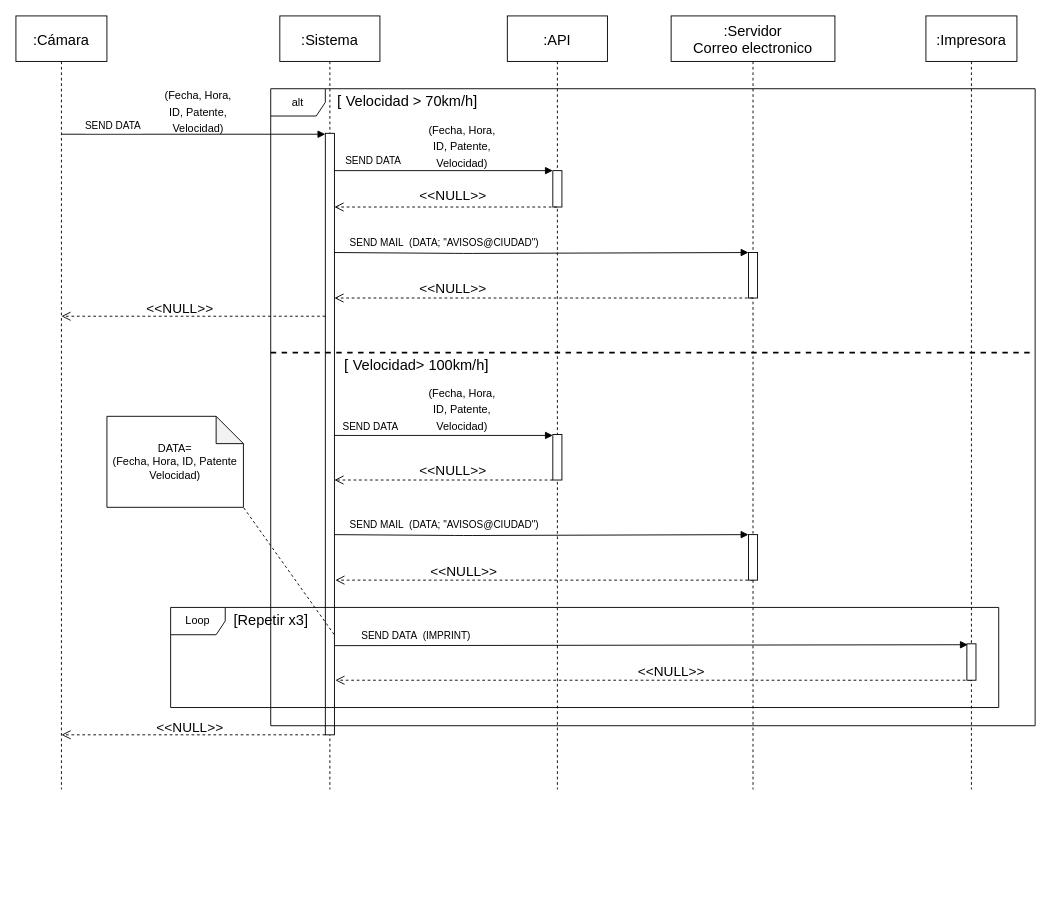
The draw.io diagram diagrama/DS Cámara Vial Matias Saguir.drawio in matiassaguir/izo-isw1-tpds, before the edit. Source tidied: cells renumbered, new cells numbered last; positions are measured from the earlier drawing's top-left corner, leaving out a move shared by most shapes. Both pictures are drawn from the tidied source at 91%, with x=0, y=0 at pixel (15, 15).
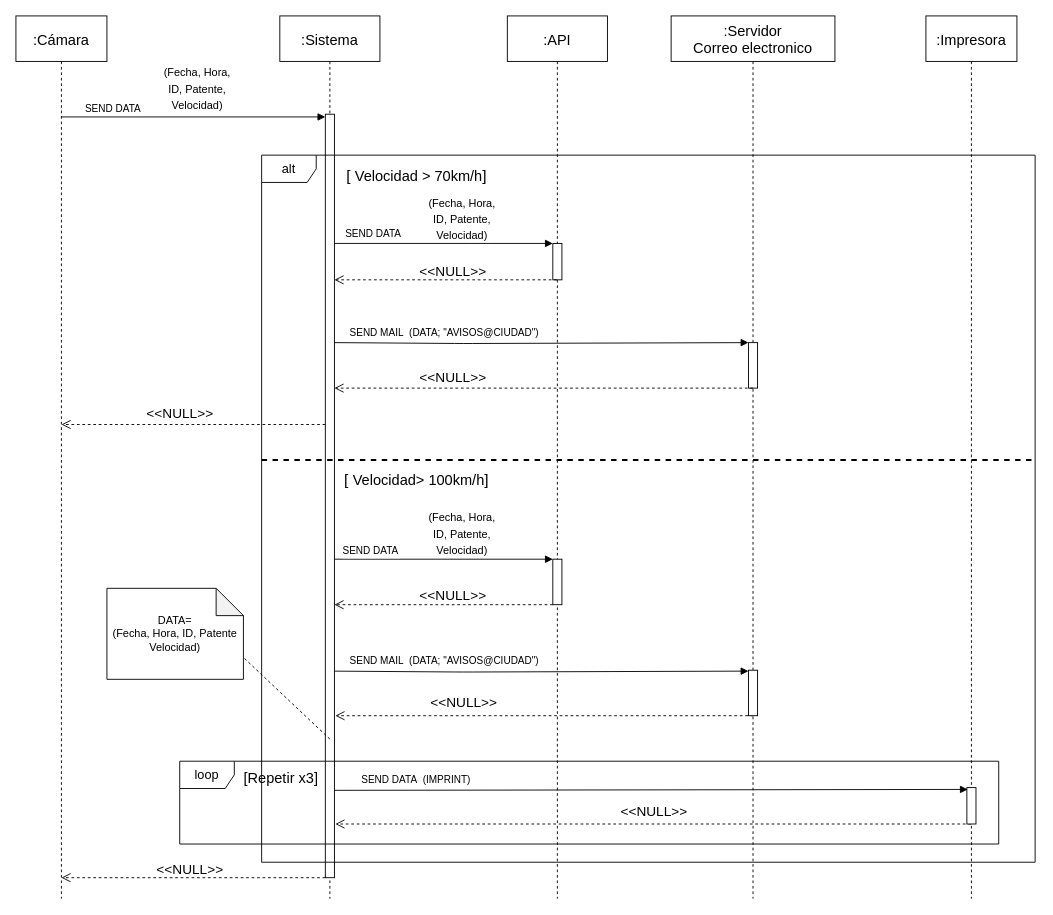
After the change.

Diff of the diagram source:
```diff
@@
     <mxCell id="2" value=":Cámara" style="shape=umlLifeline;perimeter=lifelinePerimeter;rounded=0;shadow=0;strokeWidth=1;fontSize=16;align=center;size=50;" parent="1" vertex="1">
-      <mxGeometry width="100" height="850" as="geometry" />
+      <mxGeometry width="100" height="970" as="geometry" />
     </mxCell>
     <mxCell id="3" value=":Sistema" style="shape=umlLifeline;perimeter=lifelinePerimeter;rounded=0;shadow=0;strokeWidth=1;fontSize=16;size=50;" parent="1" vertex="1">
-      <mxGeometry x="290" width="110" height="850" as="geometry" />
+      <mxGeometry x="290" width="110" height="970" as="geometry" />
     </mxCell>
     <mxCell id="4" style="perimeter=orthogonalPerimeter;rounded=0;shadow=0;strokeWidth=1;" parent="3" vertex="1">
-      <mxGeometry x="50" y="129" width="10" height="661" as="geometry" />
+      <mxGeometry x="50" y="108" width="10" height="839" as="geometry" />
     </mxCell>
     <mxCell id="5" value="return" style="html=1;verticalAlign=bottom;endArrow=open;dashed=1;endSize=8;rounded=0;fontSize=12;fontColor=none;noLabel=1;" parent="3" edge="1">
       <mxGeometry x="0.51" y="-20" relative="1" as="geometry">
-        <mxPoint x="759.5" y="730" as="sourcePoint" />
-        <mxPoint x="61" y="730" as="targetPoint" />
+        <mxPoint x="759.5" y="888" as="sourcePoint" />
+        <mxPoint x="61" y="888" as="targetPoint" />
       </mxGeometry>
     </mxCell>
     <mxCell id="6" value="SEND DATA" style="verticalAlign=bottom;endArrow=block;shadow=0;strokeWidth=1;" parent="1" edge="1">
       <mxGeometry x="-0.61" relative="1" as="geometry">
-        <mxPoint x="50" y="130" as="sourcePoint" />
-        <mxPoint x="340" y="130" as="targetPoint" />
+        <mxPoint x="50" y="111" as="sourcePoint" />
+        <mxPoint x="340" y="111" as="targetPoint" />
       </mxGeometry>
     </mxCell>
     <mxCell id="7" value=":API" style="shape=umlLifeline;perimeter=lifelinePerimeter;rounded=0;shadow=0;strokeWidth=1;fontSize=16;size=50;" parent="1" vertex="1">
-      <mxGeometry x="540" width="110" height="850" as="geometry" />
+      <mxGeometry x="540" width="110" height="970" as="geometry" />
     </mxCell>
     <mxCell id="8" style="perimeter=orthogonalPerimeter;rounded=0;shadow=0;strokeWidth=1;" parent="7" vertex="1">
-      <mxGeometry x="50" y="170" width="10" height="40" as="geometry" />
+      <mxGeometry x="50" y="250" width="10" height="40" as="geometry" />
     </mxCell>
     <mxCell id="9" value="return" style="html=1;verticalAlign=bottom;endArrow=open;dashed=1;endSize=8;rounded=0;fontSize=12;fontColor=none;noLabel=1;" parent="7" edge="1">
       <mxGeometry x="0.54" y="-10" relative="1" as="geometry">
-        <mxPoint x="54.5" y="210" as="sourcePoint" />
-        <mxPoint x="-190" y="210" as="targetPoint" />
+        <mxPoint x="54.5" y="290" as="sourcePoint" />
+        <mxPoint x="-190" y="290" as="targetPoint" />
       </mxGeometry>
     </mxCell>
     <mxCell id="10" value="SEND DATA" style="verticalAlign=bottom;endArrow=block;shadow=0;strokeWidth=1;" parent="7" edge="1">
       <mxGeometry x="-0.64" y="2" relative="1" as="geometry">
-        <mxPoint x="-190" y="170" as="sourcePoint" />
-        <mxPoint x="50" y="170" as="targetPoint" />
+        <mxPoint x="-190" y="250" as="sourcePoint" />
+        <mxPoint x="50" y="250" as="targetPoint" />
         <Array as="points">
-          <mxPoint x="-30" y="170" />
+          <mxPoint x="-30" y="250" />
         </Array>
       </mxGeometry>
     </mxCell>
     <mxCell id="11" value="SEND DATA" style="verticalAlign=bottom;endArrow=block;shadow=0;strokeWidth=1;" parent="7" edge="1">
       <mxGeometry x="-0.67" relative="1" as="geometry">
-        <mxPoint x="-190" y="461" as="sourcePoint" />
-        <mxPoint x="50" y="461" as="targetPoint" />
+        <mxPoint x="-190" y="597" as="sourcePoint" />
+        <mxPoint x="50" y="597" as="targetPoint" />
       </mxGeometry>
     </mxCell>
     <mxCell id="12" style="perimeter=orthogonalPerimeter;rounded=0;shadow=0;strokeWidth=1;" parent="7" vertex="1">
-      <mxGeometry x="50" y="460" width="10" height="50" as="geometry" />
+      <mxGeometry x="50" y="597" width="10" height="50" as="geometry" />
     </mxCell>
     <mxCell id="13" value="return" style="html=1;verticalAlign=bottom;endArrow=open;dashed=1;endSize=8;rounded=0;fontSize=12;fontColor=none;noLabel=1;" parent="7" edge="1">
       <mxGeometry x="0.51" y="-20" relative="1" as="geometry">
-        <mxPoint x="270.5" y="620" as="sourcePoint" />
-        <mxPoint x="-189" y="620" as="targetPoint" />
+        <mxPoint x="270.5" y="769" as="sourcePoint" />
+        <mxPoint x="-189" y="769" as="targetPoint" />
       </mxGeometry>
     </mxCell>
     <mxCell id="14" value=":Impresora" style="shape=umlLifeline;perimeter=lifelinePerimeter;rounded=0;shadow=0;strokeWidth=1;fontSize=16;size=50;" parent="1" vertex="1">
-      <mxGeometry x="1000" width="100" height="850" as="geometry" />
+      <mxGeometry x="1000" width="100" height="970" as="geometry" />
     </mxCell>
     <mxCell id="15" style="perimeter=orthogonalPerimeter;rounded=0;shadow=0;strokeWidth=1;" parent="14" vertex="1">
-      <mxGeometry x="45" y="690" width="10" height="40" as="geometry" />
+      <mxGeometry x="45" y="848" width="10" height="40" as="geometry" />
     </mxCell>
     <mxCell id="16" value=":Servidor&#10;Correo electronico" style="shape=umlLifeline;perimeter=lifelinePerimeter;rounded=0;shadow=0;strokeWidth=1;fontFamily=Helvetica;fontSize=16;size=50;" parent="1" vertex="1">
-      <mxGeometry x="720" width="180" height="850" as="geometry" />
+      <mxGeometry x="720" width="180" height="970" as="geometry" />
     </mxCell>
     <mxCell id="17" style="perimeter=orthogonalPerimeter;rounded=0;shadow=0;strokeWidth=1;" parent="16" vertex="1">
-      <mxGeometry x="85" y="260" width="10" height="50" as="geometry" />
+      <mxGeometry x="85" y="359" width="10" height="50" as="geometry" />
     </mxCell>
     <mxCell id="18" value="SEND MAIL  (DATA; &quot;AVISOS@CIUDAD&quot;)" style="verticalAlign=bottom;endArrow=block;shadow=0;strokeWidth=1;" parent="16" edge="1">
       <mxGeometry x="-0.47" y="3" relative="1" as="geometry">
-        <mxPoint x="-370" y="260" as="sourcePoint" />
-        <mxPoint x="85" y="260" as="targetPoint" />
+        <mxPoint x="-370" y="359" as="sourcePoint" />
+        <mxPoint x="85" y="359" as="targetPoint" />
         <Array as="points">
-          <mxPoint x="-228" y="261" />
+          <mxPoint x="-228" y="360" />
         </Array>
       </mxGeometry>
     </mxCell>
     <mxCell id="19" style="perimeter=orthogonalPerimeter;rounded=0;shadow=0;strokeWidth=1;" parent="16" vertex="1">
-      <mxGeometry x="85" y="570" width="10" height="50" as="geometry" />
+      <mxGeometry x="85" y="719" width="10" height="50" as="geometry" />
     </mxCell>
     <mxCell id="20" value="&amp;lt;&amp;lt;NULL&amp;gt;&amp;gt;" style="text;html=1;align=center;verticalAlign=middle;fillColor=none;strokeColor=none;rounded=0;fontFamily=Helvetica;fontSize=15;" parent="16" vertex="1">
-      <mxGeometry x="-50" y="705" width="100" height="30" as="geometry" />
+      <mxGeometry x="-69" y="859" width="100" height="30" as="geometry" />
     </mxCell>
     <mxCell id="21" value="&amp;lt;&amp;lt;NULL&amp;gt;&amp;gt;" style="text;html=1;align=center;verticalAlign=middle;fillColor=none;strokeColor=none;rounded=0;fontFamily=Helvetica;fontSize=15;" parent="1" vertex="1">
-      <mxGeometry x="130" y="306" width="100" height="30" as="geometry" />
+      <mxGeometry x="130" y="421" width="100" height="30" as="geometry" />
     </mxCell>
     <mxCell id="22" value="&amp;lt;&amp;lt;NULL&amp;gt;&amp;gt;" style="text;html=1;align=center;verticalAlign=middle;fillColor=none;strokeColor=none;rounded=0;fontFamily=Helvetica;fontSize=15;" parent="1" vertex="1">
-      <mxGeometry x="430" y="484" width="100" height="30" as="geometry" />
+      <mxGeometry x="430" y="621" width="100" height="30" as="geometry" />
     </mxCell>
     <mxCell id="23" value="&amp;lt;&amp;lt;NULL&amp;gt;&amp;gt;" style="text;html=1;align=center;verticalAlign=middle;fillColor=none;strokeColor=none;rounded=0;fontFamily=Helvetica;fontSize=15;" parent="1" vertex="1">
-      <mxGeometry x="430" y="182" width="100" height="30" as="geometry" />
+      <mxGeometry x="430" y="265" width="100" height="30" as="geometry" />
     </mxCell>
     <mxCell id="24" value="&amp;lt;&amp;lt;NULL&amp;gt;&amp;gt;" style="text;html=1;align=center;verticalAlign=middle;fillColor=none;strokeColor=none;rounded=0;fontFamily=Helvetica;fontSize=15;" parent="1" vertex="1">
-      <mxGeometry x="141" y="766" width="100" height="30" as="geometry" />
+      <mxGeometry x="141" y="922" width="100" height="30" as="geometry" />
     </mxCell>
     <mxCell id="25" value="&amp;lt;&amp;lt;NULL&amp;gt;&amp;gt;" style="text;html=1;align=center;verticalAlign=middle;fillColor=none;strokeColor=none;rounded=0;fontFamily=Helvetica;fontSize=15;" parent="1" vertex="1">
-      <mxGeometry x="430" y="284" width="100" height="30" as="geometry" />
+      <mxGeometry x="430" y="382" width="100" height="30" as="geometry" />
     </mxCell>
     <mxCell id="26" value="&amp;lt;&amp;lt;NULL&amp;gt;&amp;gt;" style="text;html=1;align=center;verticalAlign=middle;fillColor=none;strokeColor=none;rounded=0;fontFamily=Helvetica;fontSize=15;" parent="1" vertex="1">
-      <mxGeometry x="442" y="595" width="100" height="30" as="geometry" />
+      <mxGeometry x="442" y="739" width="100" height="30" as="geometry" />
     </mxCell>
     <mxCell id="27" value="&lt;font style=&quot;font-size: 12px;&quot;&gt;(Fecha, Hora,&lt;br&gt;ID, Patente,&lt;br&gt;Velocidad)&lt;/font&gt;" style="text;html=1;align=center;verticalAlign=middle;fillColor=none;strokeColor=none;rounded=0;fontFamily=Helvetica;fontSize=15;" parent="1" vertex="1">
-      <mxGeometry x="150" y="69" width="100" height="70" as="geometry" />
+      <mxGeometry x="149" y="44" width="100" height="70" as="geometry" />
     </mxCell>
     <mxCell id="28" value="&lt;font style=&quot;font-size: 12px;&quot;&gt;(Fecha, Hora,&lt;br&gt;ID, Patente,&lt;br&gt;Velocidad)&lt;/font&gt;" style="text;html=1;align=center;verticalAlign=middle;fillColor=none;strokeColor=none;rounded=0;fontFamily=Helvetica;fontSize=15;" parent="1" vertex="1">
-      <mxGeometry x="440" y="107" width="100" height="70" as="geometry" />
+      <mxGeometry x="440" y="187" width="100" height="70" as="geometry" />
     </mxCell>
     <mxCell id="29" value="return" style="html=1;verticalAlign=bottom;endArrow=open;dashed=1;endSize=8;rounded=0;fontSize=12;fontColor=none;noLabel=1;exitX=0.5;exitY=0.98;exitDx=0;exitDy=0;exitPerimeter=0;" parent="1" edge="1">
       <mxGeometry x="0.51" y="-20" relative="1" as="geometry">
-        <mxPoint x="810" y="310" as="sourcePoint" />
-        <mxPoint x="350" y="310" as="targetPoint" />
+        <mxPoint x="810" y="409" as="sourcePoint" />
+        <mxPoint x="350" y="409" as="targetPoint" />
       </mxGeometry>
     </mxCell>
     <mxCell id="30" value="return" style="html=1;verticalAlign=bottom;endArrow=open;dashed=1;endSize=8;rounded=0;fontSize=12;fontColor=none;noLabel=1;" parent="1" edge="1">
       <mxGeometry x="0.51" y="-20" relative="1" as="geometry">
-        <mxPoint x="340" y="330" as="sourcePoint" />
-        <mxPoint x="50" y="330" as="targetPoint" />
+        <mxPoint x="340" y="449" as="sourcePoint" />
+        <mxPoint x="50" y="449" as="targetPoint" />
       </mxGeometry>
     </mxCell>
     <mxCell id="31" value="return" style="html=1;verticalAlign=bottom;endArrow=open;dashed=1;endSize=8;rounded=0;fontSize=12;fontColor=none;noLabel=1;" parent="1" edge="1">
       <mxGeometry x="0.51" y="-20" relative="1" as="geometry">
-        <mxPoint x="590" y="510" as="sourcePoint" />
-        <mxPoint x="350" y="510" as="targetPoint" />
+        <mxPoint x="590" y="647" as="sourcePoint" />
+        <mxPoint x="350" y="647" as="targetPoint" />
       </mxGeometry>
     </mxCell>
     <mxCell id="32" value="&lt;font style=&quot;font-size: 12px;&quot;&gt;(Fecha, Hora,&lt;br&gt;ID, Patente,&lt;br&gt;Velocidad)&lt;/font&gt;" style="text;html=1;align=center;verticalAlign=middle;fillColor=none;strokeColor=none;rounded=0;fontFamily=Helvetica;fontSize=15;" parent="1" vertex="1">
-      <mxGeometry x="440" y="396" width="100" height="70" as="geometry" />
+      <mxGeometry x="440" y="533" width="100" height="70" as="geometry" />
     </mxCell>
     <mxCell id="33" value="SEND MAIL  (DATA; &quot;AVISOS@CIUDAD&quot;)" style="verticalAlign=bottom;endArrow=block;shadow=0;strokeWidth=1;" parent="1" edge="1">
       <mxGeometry x="-0.47" y="3" relative="1" as="geometry">
-        <mxPoint x="350" y="570" as="sourcePoint" />
-        <mxPoint x="805" y="570" as="targetPoint" />
+        <mxPoint x="350" y="720" as="sourcePoint" />
+        <mxPoint x="805" y="720" as="targetPoint" />
         <Array as="points">
-          <mxPoint x="492" y="571" />
+          <mxPoint x="492" y="721" />
         </Array>
       </mxGeometry>
     </mxCell>
     <mxCell id="34" value="SEND DATA  (IMPRINT)" style="verticalAlign=bottom;endArrow=block;shadow=0;strokeWidth=1;entryX=0.1;entryY=-0.017;entryDx=0;entryDy=0;entryPerimeter=0;" parent="1" edge="1">
       <mxGeometry x="-0.74" y="2" relative="1" as="geometry">
-        <mxPoint x="350" y="692" as="sourcePoint" />
-        <mxPoint x="1046" y="691" as="targetPoint" />
+        <mxPoint x="350" y="851" as="sourcePoint" />
+        <mxPoint x="1046" y="850" as="targetPoint" />
       </mxGeometry>
     </mxCell>
     <mxCell id="35" value="return" style="html=1;verticalAlign=bottom;endArrow=open;dashed=1;endSize=8;rounded=0;fontSize=12;fontColor=none;noLabel=1;" parent="1" edge="1">
       <mxGeometry x="0.51" y="-20" relative="1" as="geometry">
-        <mxPoint x="340" y="790" as="sourcePoint" />
-        <mxPoint x="50" y="790" as="targetPoint" />
+        <mxPoint x="340" y="947" as="sourcePoint" />
+        <mxPoint x="50" y="947" as="targetPoint" />
       </mxGeometry>
     </mxCell>
     <mxCell id="36" value="[ &lt;span style=&quot;font-size: 16px;&quot;&gt;Velocidad &amp;gt; 70km/h&lt;/span&gt;]" style="text;html=1;align=center;verticalAlign=middle;fillColor=none;strokeColor=none;rounded=0;fontSize=17;fontColor=none;" parent="1" vertex="1">
-      <mxGeometry x="340" y="80" width="180" height="30" as="geometry" />
+      <mxGeometry x="350" y="162" width="180" height="30" as="geometry" />
     </mxCell>
     <mxCell id="37" value="[ &lt;span style=&quot;font-size: 16px;&quot;&gt;Velocidad&amp;gt; 100km/h&lt;/span&gt;]" style="text;html=1;align=center;verticalAlign=middle;fillColor=none;strokeColor=none;rounded=0;fontSize=17;fontColor=none;" parent="1" vertex="1">
-      <mxGeometry x="350" y="370" width="180" height="30" as="geometry" />
+      <mxGeometry x="350" y="496" width="180" height="30" as="geometry" />
     </mxCell>
     <mxCell id="38" value="&lt;font style=&quot;font-size: 16px;&quot;&gt;[Repetir x3]&lt;/font&gt;" style="text;html=1;align=center;verticalAlign=middle;fillColor=none;strokeColor=none;rounded=0;fontSize=17;fontColor=none;" parent="1" vertex="1">
-      <mxGeometry x="225" y="650" width="110" height="30" as="geometry" />
+      <mxGeometry x="236" y="823" width="110" height="30" as="geometry" />
     </mxCell>
     <mxCell id="39" style="endArrow=none;dashed=1;html=1;rounded=0;strokeWidth=2;" parent="1" edge="1">
       <mxGeometry relative="1" as="geometry">
-        <mxPoint x="280" y="370" as="sourcePoint" />
-        <mxPoint x="1120" y="370" as="targetPoint" />
+        <mxPoint x="270" y="488" as="sourcePoint" />
+        <mxPoint x="1120" y="488" as="targetPoint" />
       </mxGeometry>
     </mxCell>
     <mxCell id="40" value="DATA=&lt;br&gt;(Fecha, Hora, ID, Patente&lt;br&gt;Velocidad)" style="shape=note;whiteSpace=wrap;html=1;backgroundOutline=1;darkOpacity=0.05;" parent="1" vertex="1">
-      <mxGeometry x="100" y="440" width="150" height="100" as="geometry" />
+      <mxGeometry x="100" y="629" width="150" height="100" as="geometry" />
     </mxCell>
-    <mxCell id="41" style="endArrow=none;dashed=1;html=1;rounded=0;entryX=1;entryY=1;entryDx=0;entryDy=0;entryPerimeter=0;exitX=0.083;exitY=0.824;exitDx=0;exitDy=0;exitPerimeter=0;" parent="1" edge="1" target="40">
+    <mxCell id="41" style="endArrow=none;dashed=1;html=1;rounded=0;entryX=1;entryY=1;entryDx=0;entryDy=0;entryPerimeter=0;exitX=0.5;exitY=0.845;exitDx=0;exitDy=0;exitPerimeter=0;" parent="1" edge="1">
       <mxGeometry relative="1" as="geometry">
-        <mxPoint x="349.7" y="679.8" as="sourcePoint" />
+        <mxPoint x="345" y="794.7" as="sourcePoint" />
+        <mxPoint x="250" y="705" as="targetPoint" />
       </mxGeometry>
     </mxCell>
-    <mxCell id="42" value="Loop" style="shape=umlFrame;whiteSpace=wrap;html=1;" parent="1" vertex="1">
-      <mxGeometry x="170" y="650" width="910" height="110" as="geometry" />
-    </mxCell>
+    <mxCell id="44" value="&lt;font style=&quot;font-size: 14px;&quot;&gt;loop&lt;/font&gt;" style="shape=umlFrame;whiteSpace=wrap;html=1;fontSize=10;" parent="1" vertex="1">
+      <mxGeometry x="180" y="819" width="900" height="91" as="geometry" />
+    </mxCell>
-    <mxCell id="43" value="alt" style="shape=umlFrame;whiteSpace=wrap;html=1;" parent="1" vertex="1">
-      <mxGeometry x="280" y="80" width="840" height="700" as="geometry" />
+    <mxCell id="43" value="alt" style="shape=umlFrame;whiteSpace=wrap;html=1;fontSize=14;" parent="1" vertex="1">
+      <mxGeometry x="270" y="153" width="850" height="777" as="geometry" />
     </mxCell>
```
